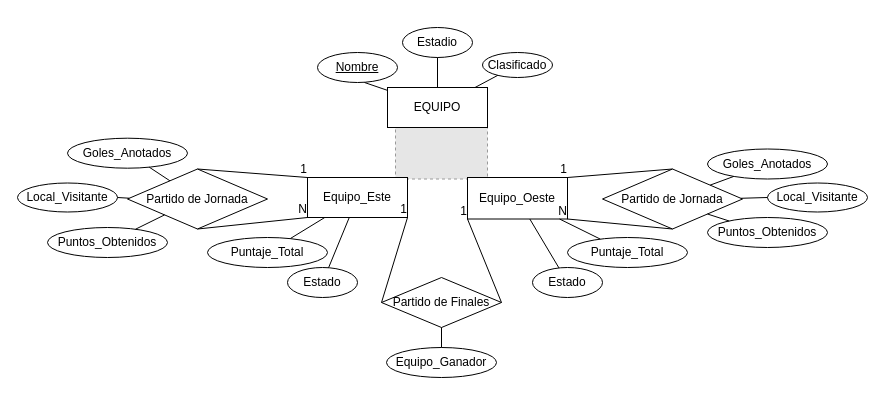
This is Futbol.drawio from IsraMejia/DiagramasEntidadRelacion, a draw.io file, before an edit. Source tidied: cells renumbered, new cells numbered last; positions are measured from the earlier drawing's top-left corner, leaving out a move shared by most shapes. Both pictures are drawn from the tidied source at 100%, with x=0, y=0 at pixel (17, 27). Pictures stored in the file or linked from it are replaced by grey dashed boxes.
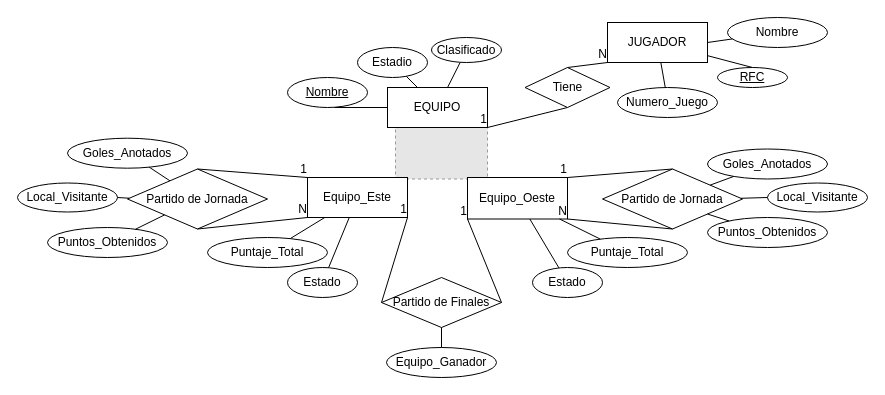
The same diagram, later.

Commit message:
Se agrego jugador

Unchanged cells that the change refers to:
```xml
<mxCell id="3" value="EQUIPO" style="whiteSpace=wrap;html=1;align=center;" parent="1" vertex="1">
  <mxGeometry x="370" y="60" width="100" height="40" as="geometry" />
</mxCell>
```

Change to the diagram source:
```diff
@@
     <mxCell id="4" value="Estadio" style="ellipse;whiteSpace=wrap;html=1;align=center;" parent="1" vertex="1">
-      <mxGeometry x="385" width="70" height="30" as="geometry" />
+      <mxGeometry x="340" y="20" width="70" height="30" as="geometry" />
     </mxCell>
     <mxCell id="5" value="Nombre" style="ellipse;whiteSpace=wrap;html=1;align=center;fontStyle=4;" parent="1" vertex="1">
-      <mxGeometry x="300" y="25" width="80" height="30" as="geometry" />
+      <mxGeometry x="270" y="50" width="80" height="30" as="geometry" />
     </mxCell>
@@
     <mxCell id="15" value="Clasificado" style="ellipse;whiteSpace=wrap;html=1;align=center;" parent="1" vertex="1">
-      <mxGeometry x="465" y="25" width="70" height="25" as="geometry" />
+      <mxGeometry x="414" y="10" width="70" height="25" as="geometry" />
     </mxCell>
@@
+    <mxCell id="49" value="Tiene" style="shape=rhombus;perimeter=rhombusPerimeter;whiteSpace=wrap;html=1;align=center;" parent="1" vertex="1">
+      <mxGeometry x="507.5" y="40" width="85" height="40" as="geometry" />
+    </mxCell>
+    <mxCell id="50" style="endArrow=none;html=1;rounded=0;entryX=1;entryY=1;entryDx=0;entryDy=0;exitX=0.5;exitY=1;exitDx=0;exitDy=0;" parent="1" edge="1" source="49" target="3">
+      <mxGeometry relative="1" as="geometry" />
+    </mxCell>
+    <mxCell id="51" value="1" style="html=1;align=right;verticalAlign=bottom;" parent="50" vertex="1">
+      <mxGeometry x="1" relative="1" as="geometry" />
+    </mxCell>
+    <mxCell id="52" value="JUGADOR" style="whiteSpace=wrap;html=1;align=center;" parent="1" vertex="1">
+      <mxGeometry x="590" y="-5" width="100" height="40" as="geometry" />
+    </mxCell>
+    <mxCell id="53" style="endArrow=none;html=1;rounded=0;exitX=0.5;exitY=0;exitDx=0;exitDy=0;entryX=0;entryY=1;entryDx=0;entryDy=0;" parent="1" edge="1" source="49" target="52">
+      <mxGeometry relative="1" as="geometry" />
+    </mxCell>
+    <mxCell id="54" value="N" style="html=1;align=right;verticalAlign=bottom;" parent="53" vertex="1">
+      <mxGeometry x="1" relative="1" as="geometry" />
+    </mxCell>
+    <mxCell id="55" value="Numero_Juego" style="ellipse;whiteSpace=wrap;html=1;align=center;" parent="1" vertex="1">
+      <mxGeometry x="600" y="60" width="100" height="30" as="geometry" />
+    </mxCell>
+    <mxCell id="56" style="endArrow=none;html=1;rounded=0;" parent="1" edge="1" source="55" target="52">
+      <mxGeometry relative="1" as="geometry" />
+    </mxCell>
+    <mxCell id="57" value="RFC" style="ellipse;whiteSpace=wrap;html=1;align=center;fontStyle=4;" parent="1" vertex="1">
+      <mxGeometry x="700" y="40" width="70" height="20" as="geometry" />
+    </mxCell>
+    <mxCell id="58" style="endArrow=none;html=1;rounded=0;entryX=0.5;entryY=0;entryDx=0;entryDy=0;" parent="1" edge="1" source="52" target="57">
+      <mxGeometry relative="1" as="geometry" />
+    </mxCell>
+    <mxCell id="59" value="Nombre" style="ellipse;whiteSpace=wrap;html=1;align=center;" parent="1" vertex="1">
+      <mxGeometry x="710" y="-10" width="100" height="30" as="geometry" />
+    </mxCell>
+    <mxCell id="60" style="endArrow=none;html=1;rounded=0;exitX=1;exitY=0.5;exitDx=0;exitDy=0;" parent="1" edge="1" source="52" target="59">
+      <mxGeometry relative="1" as="geometry" />
+    </mxCell>
```
